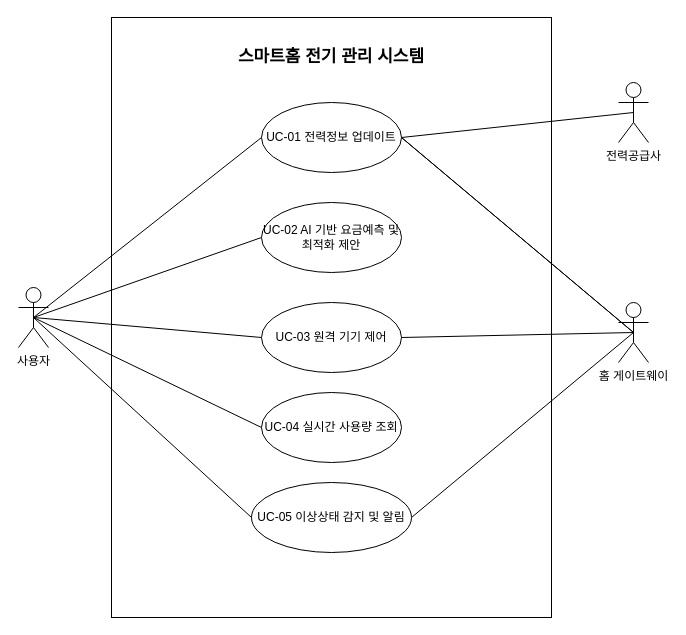
This is page "UseCaseModel - Cloud" (2 of 2) of architecturalDrivers.drawio from GeniusHoon/AssociateArchitect, a draw.io file, before an edit. Source tidied: cells renumbered, new cells numbered last; positions are measured from the earlier drawing's top-left corner, leaving out a move shared by most shapes. Both pictures are drawn from the tidied source at 100%, with x=0, y=0 at pixel (18, 17).
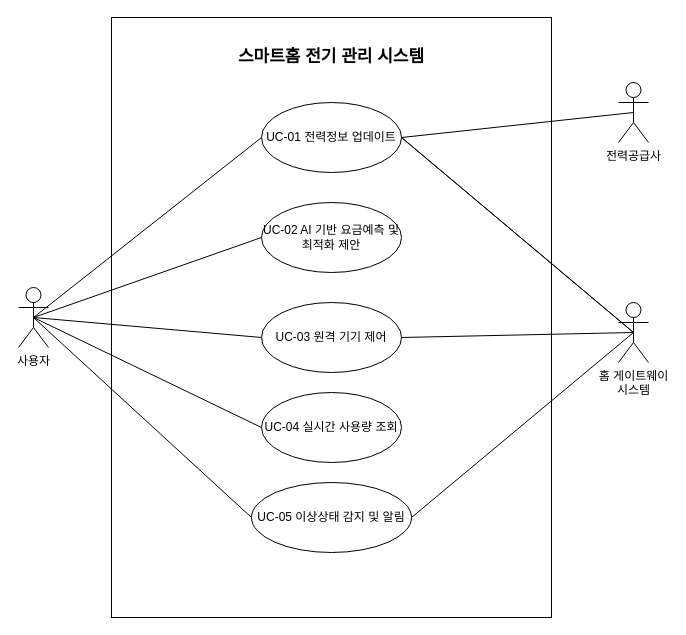
The same page after the edit.

Change to the diagram source:
```diff
@@
-    <mxCell id="10" value="홈 게이트웨이" style="shape=umlActor;verticalLabelPosition=bottom;verticalAlign=top;html=1;" parent="1" vertex="1">
+    <mxCell id="10" value="홈 게이트웨이&lt;div&gt;시스템&lt;/div&gt;" style="shape=umlActor;verticalLabelPosition=bottom;verticalAlign=top;html=1;" parent="1" vertex="1">
       <mxGeometry x="600" y="285" width="30" height="60" as="geometry" />
     </mxCell>
```
